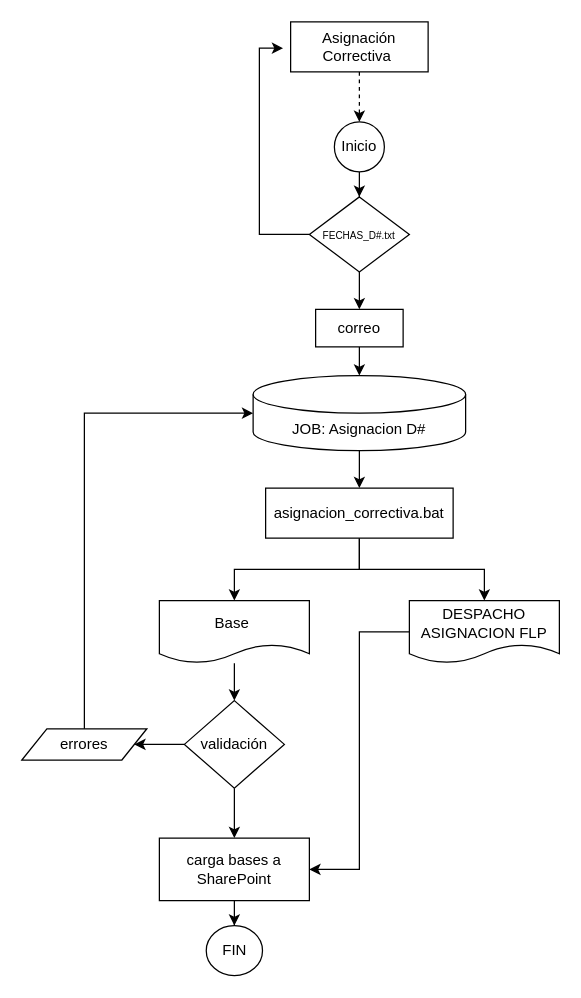
Before: page "D1,D2" (1 of 2) of Flujos Actividades.drawio in ariadnagalindom/CALENDARIO-ACTIVIDADES, a draw.io diagram. Source tidied: cells renumbered, new cells numbered last; positions are measured from the earlier drawing's top-left corner, leaving out a move shared by most shapes. Both pictures are drawn from the tidied source at 125%, with x=0, y=0 at pixel (21, 21).
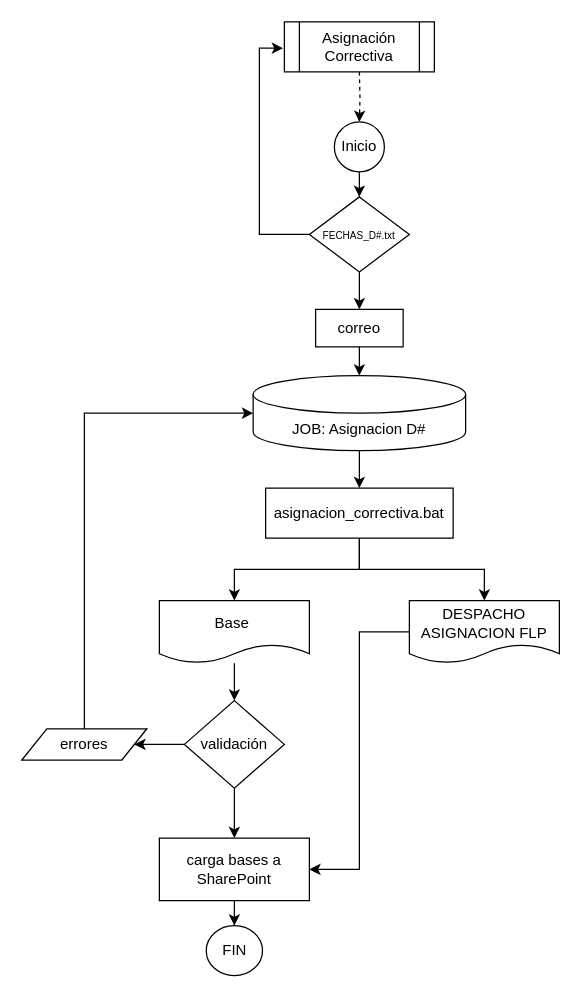
The same page after the edit.

The change refers to these unchanged cells:
```xml
<mxCell id="3" value="Inicio" style="ellipse;whiteSpace=wrap;html=1;" parent="1" vertex="1">
  <mxGeometry x="250" y="80" width="40" height="40" as="geometry" />
</mxCell>
<mxCell id="22" value="&lt;font style=&quot;font-size: 8px;&quot;&gt;FECHAS_D#.txt&lt;/font&gt;" style="rhombus;whiteSpace=wrap;html=1;" parent="1" vertex="1">
  <mxGeometry x="230" y="140" width="80" height="60" as="geometry" />
</mxCell>
```

The edit, as a diff of the source:
```diff
@@
-    <mxCell id="25" style="edgeStyle=orthogonalEdgeStyle;rounded=0;jettySize=auto;html=1;dashed=1;" parent="1" edge="1" source="26" target="3">
-      <mxGeometry relative="1" as="geometry" />
+    <mxCell id="25" style="edgeStyle=orthogonalEdgeStyle;rounded=0;jettySize=auto;html=1;dashed=1;" parent="1" edge="1" target="3">
+      <mxGeometry relative="1" as="geometry">
+        <mxPoint x="270" y="40" as="sourcePoint" />
+      </mxGeometry>
     </mxCell>
+    <mxCell id="27" style="edgeStyle=orthogonalEdgeStyle;rounded=0;jettySize=auto;html=1;entryX=-0.055;entryY=0.525;entryDx=0;entryDy=0;entryPerimeter=0;" parent="1" edge="1" source="22">
+      <mxGeometry relative="1" as="geometry">
+        <mxPoint x="208.9" y="21" as="targetPoint" />
+        <Array as="points">
+          <mxPoint x="190" y="170" />
+          <mxPoint x="190" y="21" />
+        </Array>
+      </mxGeometry>
+    </mxCell>
-    <mxCell id="26" value="Asignación Correctiva&amp;nbsp;" style="whiteSpace=wrap;html=1;" parent="1" vertex="1">
-      <mxGeometry x="215" width="110" height="40" as="geometry" />
+    <mxCell id="26" value="Asignación Correctiva" style="shape=process;whiteSpace=wrap;html=1;backgroundOutline=1;" parent="1" vertex="1">
+      <mxGeometry x="210" width="120" height="40" as="geometry" />
     </mxCell>
-    <mxCell id="27" style="edgeStyle=orthogonalEdgeStyle;rounded=0;jettySize=auto;html=1;entryX=-0.055;entryY=0.525;entryDx=0;entryDy=0;entryPerimeter=0;" parent="1" edge="1" source="22" target="26">
-      <mxGeometry relative="1" as="geometry">
-        <Array as="points">
-          <mxPoint x="190" y="170" />
-          <mxPoint x="190" y="21" />
-        </Array>
-      </mxGeometry>
-    </mxCell>
```
